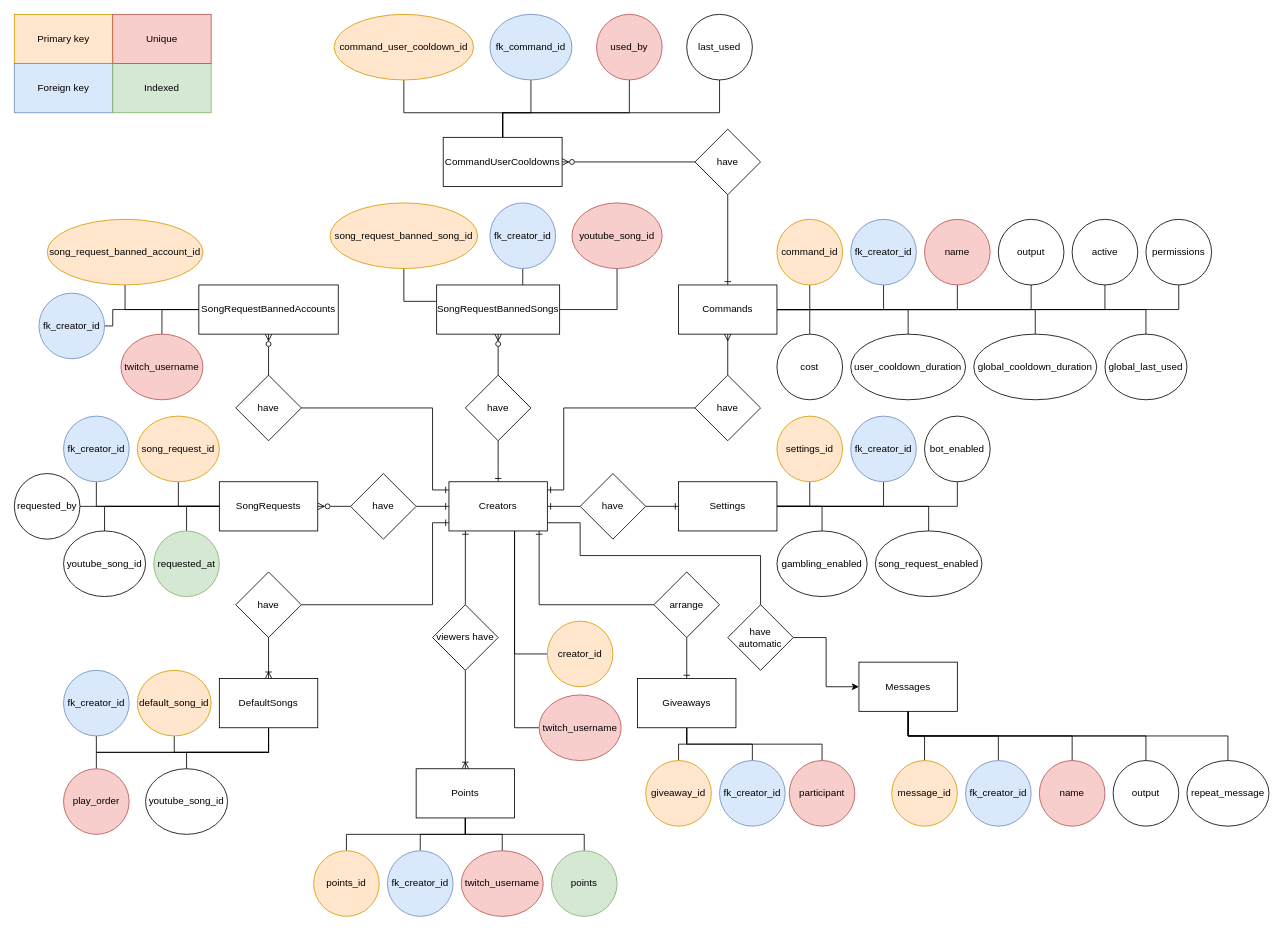
Before: Database/LundBot69 ERD.drawio.xml in MagnusHLund/LundBot69_Twitch, a draw.io diagram. Source tidied: cells renumbered, new cells numbered last; positions are measured from the earlier drawing's top-left corner, leaving out a move shared by most shapes. Both pictures are drawn from the tidied source at 82%, with x=0, y=0 at pixel (14, 14).
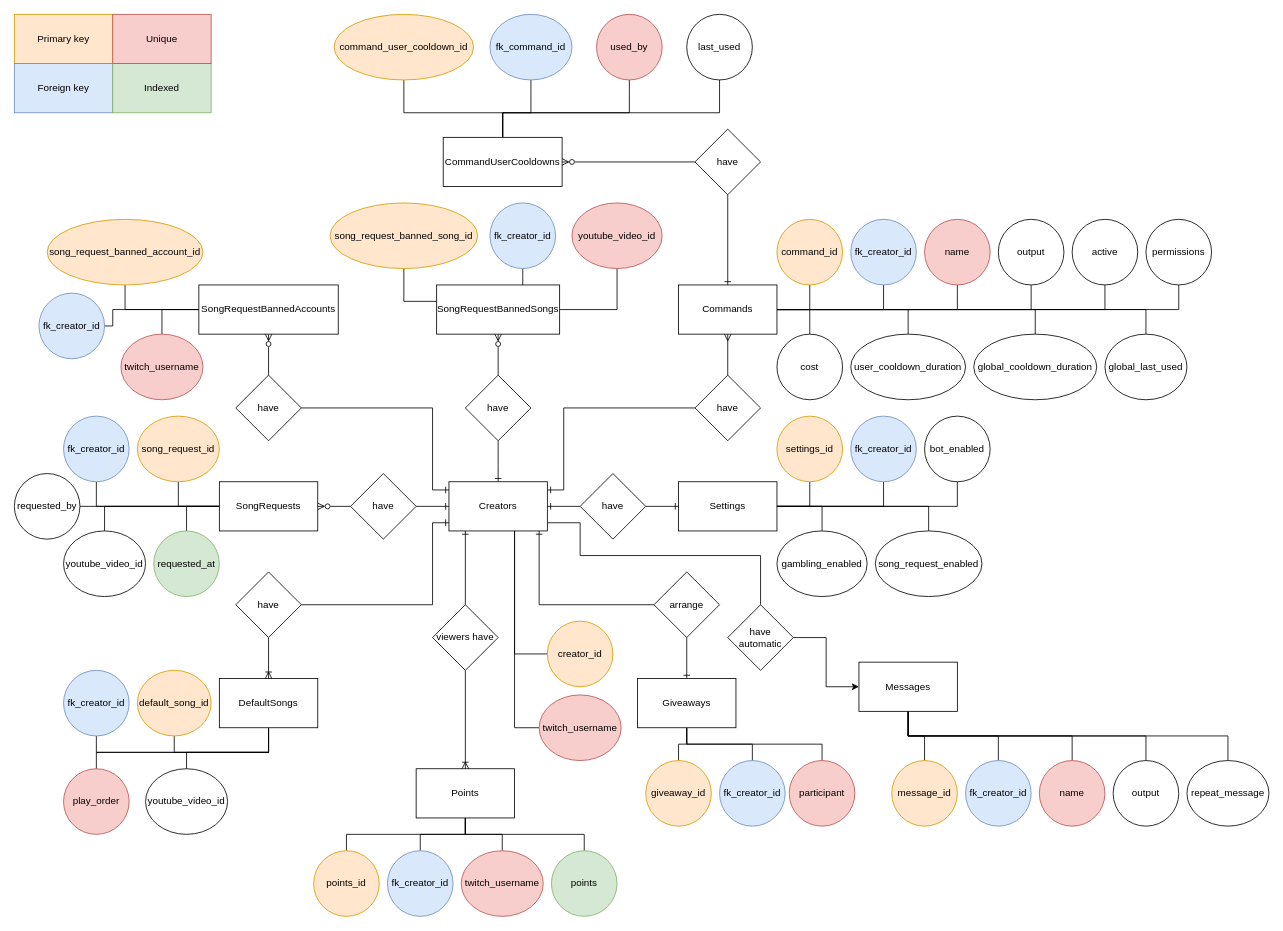
The same diagram, later.

Diff of the diagram source:
```diff
@@
-    <mxCell id="109" value="youtube_song_id" style="ellipse;whiteSpace=wrap;html=1;" parent="1" vertex="1">
+    <mxCell id="109" value="youtube_video_id" style="ellipse;whiteSpace=wrap;html=1;" parent="1" vertex="1">
       <mxGeometry x="60" y="630" width="100" height="80" as="geometry" />
     </mxCell>
@@
-    <mxCell id="113" value="youtube_song_id" style="ellipse;whiteSpace=wrap;html=1;fillColor=#f8cecc;strokeColor=#b85450;" parent="1" vertex="1">
+    <mxCell id="113" value="youtube_video_id" style="ellipse;whiteSpace=wrap;html=1;fillColor=#f8cecc;strokeColor=#b85450;" parent="1" vertex="1">
       <mxGeometry x="680" y="230" width="110" height="80" as="geometry" />
     </mxCell>
@@
-    <mxCell id="119" value="youtube_song_id" style="ellipse;whiteSpace=wrap;html=1;" parent="1" vertex="1">
+    <mxCell id="119" value="youtube_video_id" style="ellipse;whiteSpace=wrap;html=1;" parent="1" vertex="1">
       <mxGeometry x="160" y="920" width="100" height="80" as="geometry" />
     </mxCell>
```
